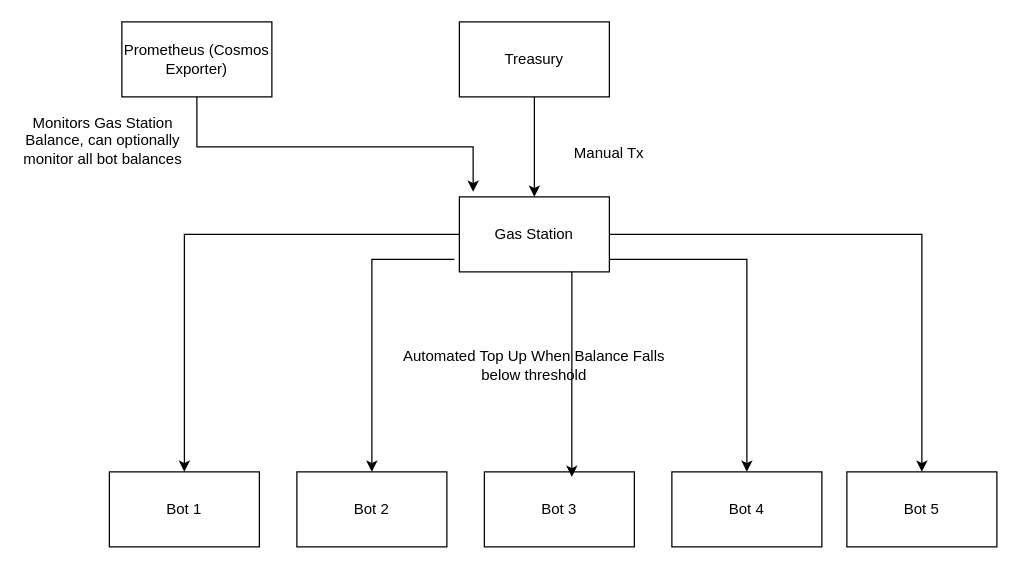
Before: doc/architecture.drawio in shapeshed/gasstation, a draw.io diagram. Source tidied: cells renumbered, new cells numbered last; positions are measured from the earlier drawing's top-left corner, leaving out a move shared by most shapes. Both pictures are drawn from the tidied source at 125%, with x=0, y=0 at pixel (21, 21).
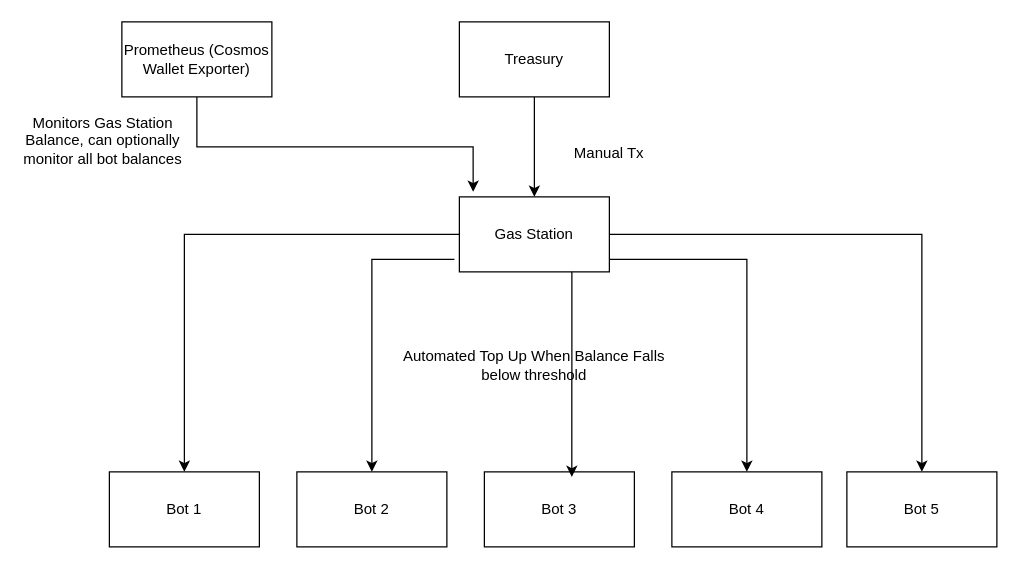
The same page after the edit.

Diff of the diagram source:
```diff
@@
-    <mxCell id="17" value="Prometheus (Cosmos Exporter)" style="rounded=0;whiteSpace=wrap;html=1;" parent="1" vertex="1">
+    <mxCell id="17" value="Prometheus (Cosmos Wallet Exporter)" style="rounded=0;whiteSpace=wrap;html=1;" parent="1" vertex="1">
       <mxGeometry x="80" width="120" height="60" as="geometry" />
     </mxCell>
```
